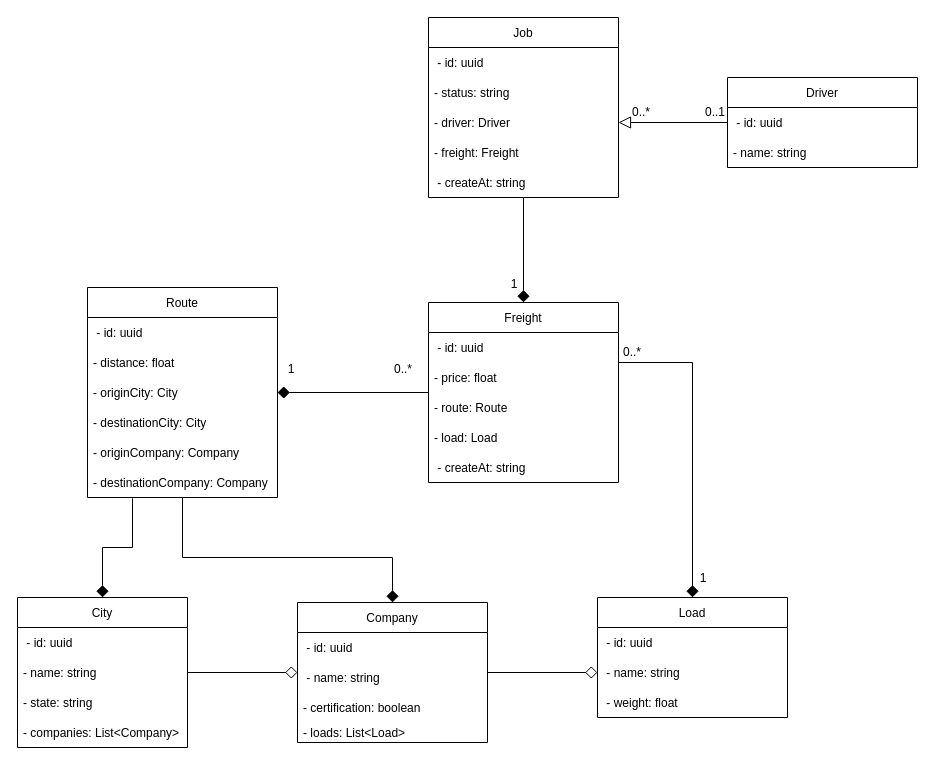
The draw.io diagram diagramaDeClasse-TecnologiaEmDesenvolvimentoDeSistemas.drawio in rafaelomodei/meufrete, before the edit. Source tidied: cells renumbered, new cells numbered last; positions are measured from the earlier drawing's top-left corner, leaving out a move shared by most shapes. Both pictures are drawn from the tidied source at 100%, with x=0, y=0 at pixel (17, 17).
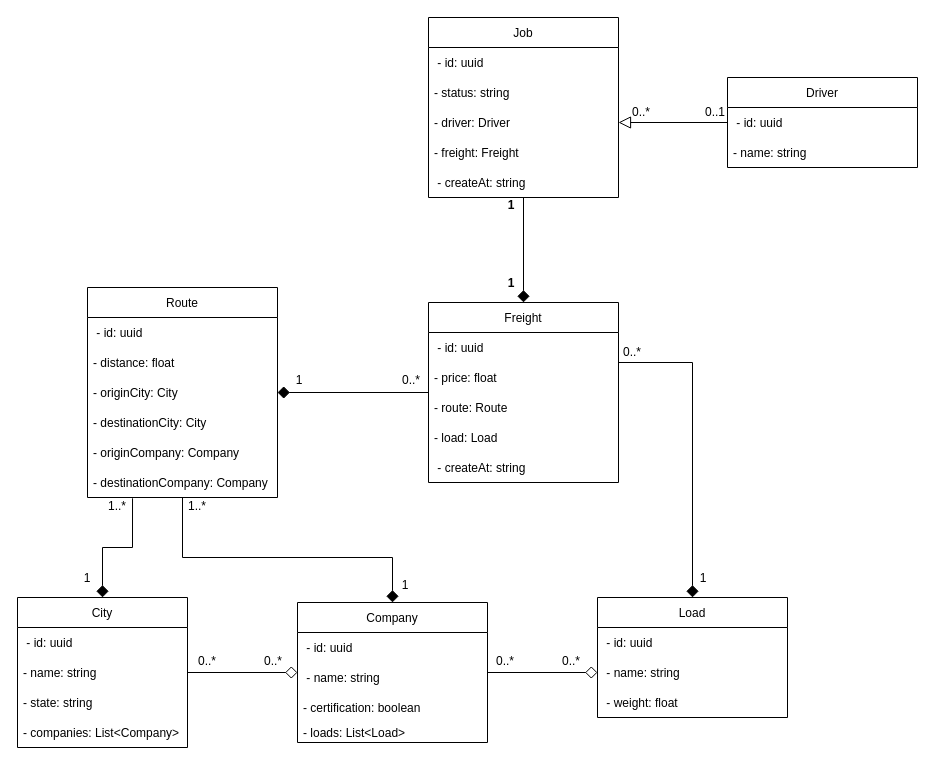
The same diagram, later.

The edit, as a diff of the source:
```diff
@@
     <mxCell id="46" value="1" style="text;html=1;strokeColor=none;fillColor=none;align=center;verticalAlign=middle;whiteSpace=wrap;rounded=0;" parent="1" vertex="1">
-      <mxGeometry x="264" y="347" width="20" height="10" as="geometry" />
+      <mxGeometry x="272" y="358" width="20" height="10" as="geometry" />
     </mxCell>
     <mxCell id="47" value="0..*" style="text;html=1;strokeColor=none;fillColor=none;align=center;verticalAlign=middle;whiteSpace=wrap;rounded=0;" parent="1" vertex="1">
-      <mxGeometry x="376" y="347" width="20" height="10" as="geometry" />
+      <mxGeometry x="384" y="358" width="20" height="10" as="geometry" />
     </mxCell>
-    <mxCell id="48" value="1" style="text;html=1;strokeColor=none;fillColor=none;align=center;verticalAlign=middle;whiteSpace=wrap;rounded=0;" parent="1" vertex="1">
-      <mxGeometry x="487" y="262" width="20" height="10" as="geometry" />
+    <mxCell id="48" value="1" style="text;html=1;strokeColor=none;fillColor=none;align=center;verticalAlign=middle;whiteSpace=wrap;rounded=0;fontStyle=1;" parent="1" vertex="1">
+      <mxGeometry x="484" y="183" width="20" height="10" as="geometry" />
     </mxCell>
@@
+    <mxCell id="53" value="1" style="text;html=1;strokeColor=none;fillColor=none;align=center;verticalAlign=middle;whiteSpace=wrap;rounded=0;fontStyle=1;" parent="1" vertex="1">
+      <mxGeometry x="484" y="261" width="20" height="10" as="geometry" />
+    </mxCell>
+    <mxCell id="54" value="1" style="text;html=1;strokeColor=none;fillColor=none;align=center;verticalAlign=middle;whiteSpace=wrap;rounded=0;" parent="1" vertex="1">
+      <mxGeometry x="60" y="556" width="20" height="10" as="geometry" />
+    </mxCell>
+    <mxCell id="55" value="1..*" style="text;html=1;strokeColor=none;fillColor=none;align=center;verticalAlign=middle;whiteSpace=wrap;rounded=0;" parent="1" vertex="1">
+      <mxGeometry x="90" y="484" width="20" height="10" as="geometry" />
+    </mxCell>
+    <mxCell id="56" value="1" style="text;html=1;strokeColor=none;fillColor=none;align=center;verticalAlign=middle;whiteSpace=wrap;rounded=0;" parent="1" vertex="1">
+      <mxGeometry x="378" y="563" width="20" height="10" as="geometry" />
+    </mxCell>
+    <mxCell id="57" value="1..*" style="text;html=1;strokeColor=none;fillColor=none;align=center;verticalAlign=middle;whiteSpace=wrap;rounded=0;" parent="1" vertex="1">
+      <mxGeometry x="170" y="484" width="20" height="10" as="geometry" />
+    </mxCell>
+    <mxCell id="58" value="0..*" style="text;html=1;strokeColor=none;fillColor=none;align=center;verticalAlign=middle;whiteSpace=wrap;rounded=0;" parent="1" vertex="1">
+      <mxGeometry x="246" y="639" width="20" height="10" as="geometry" />
+    </mxCell>
+    <mxCell id="59" value="0..*" style="text;html=1;strokeColor=none;fillColor=none;align=center;verticalAlign=middle;whiteSpace=wrap;rounded=0;" parent="1" vertex="1">
+      <mxGeometry x="180" y="639" width="20" height="10" as="geometry" />
+    </mxCell>
+    <mxCell id="60" value="0..*" style="text;html=1;strokeColor=none;fillColor=none;align=center;verticalAlign=middle;whiteSpace=wrap;rounded=0;" parent="1" vertex="1">
+      <mxGeometry x="544" y="639" width="20" height="10" as="geometry" />
+    </mxCell>
+    <mxCell id="61" value="0..*" style="text;html=1;strokeColor=none;fillColor=none;align=center;verticalAlign=middle;whiteSpace=wrap;rounded=0;" parent="1" vertex="1">
+      <mxGeometry x="478" y="639" width="20" height="10" as="geometry" />
+    </mxCell>
```
